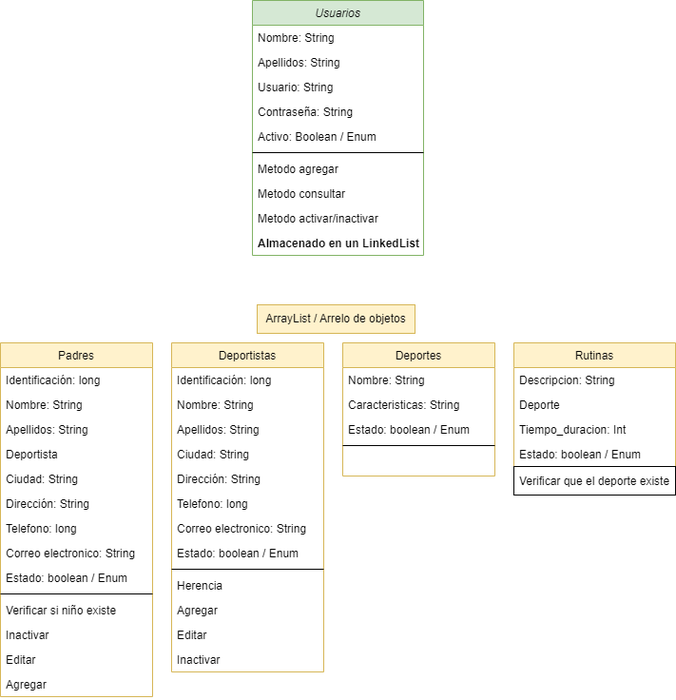
Before: Modules diagram.png, a diagram exported from draw.io (liangbinjie/CazaTalentos). Source tidied: cells renumbered, new cells last; positions are measured from the earlier drawing's top-left corner, leaving out a move shared by most shapes.
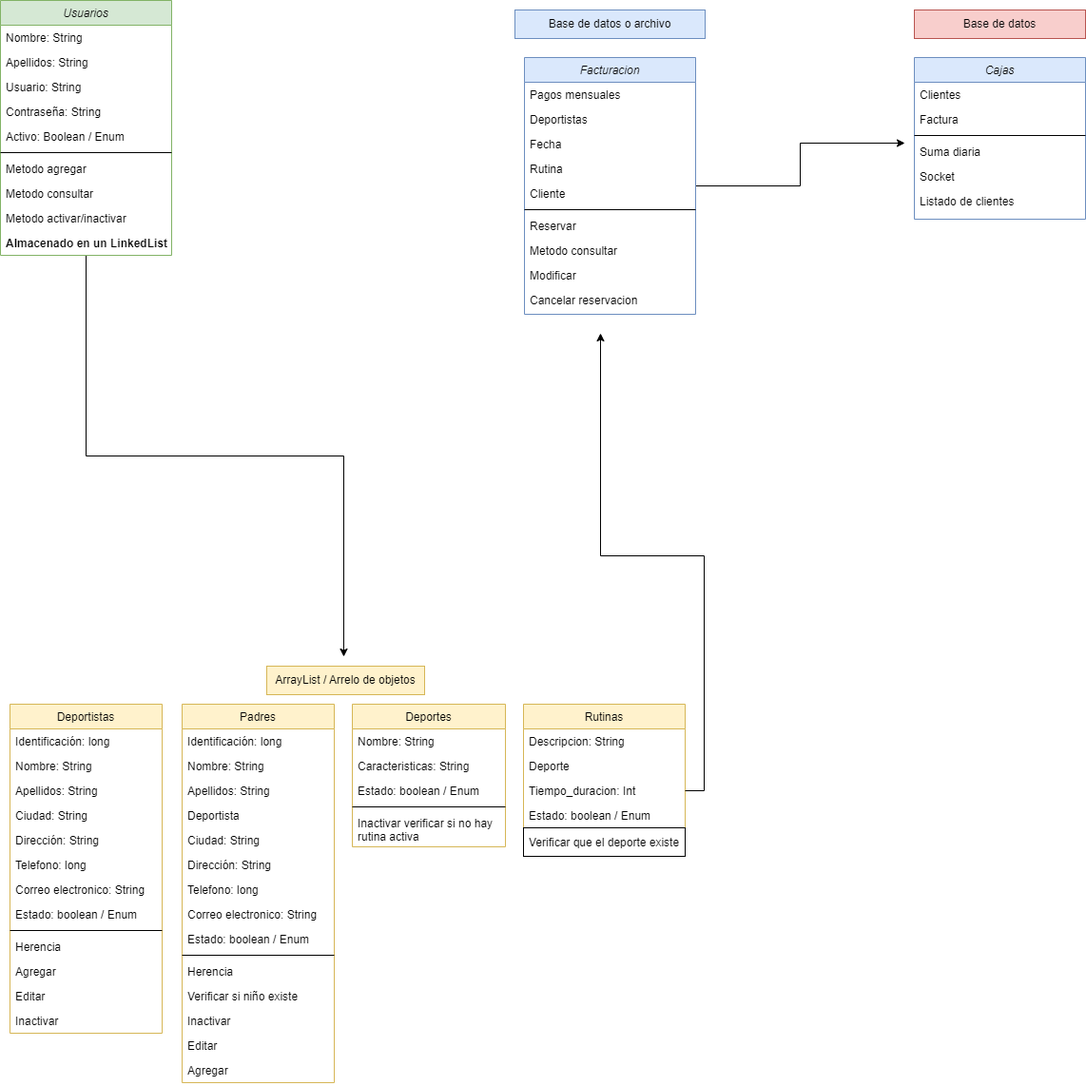
Above is the later version.

Change to the diagram source:
```diff
@@ -2,8 +2,13 @@
   <root>
     <mxCell id="0" />
     <mxCell id="1" parent="0" />
+    <mxCell id="54" style="edgeStyle=orthogonalEdgeStyle;rounded=0;jettySize=auto;html=1;exitX=0.5;exitY=1;exitDx=0;exitDy=0;" parent="1" edge="1" source="2">
+      <mxGeometry relative="1" as="geometry">
+        <mxPoint x="532" y="700" as="targetPoint" />
+      </mxGeometry>
+    </mxCell>
     <mxCell id="2" value="Usuarios" style="swimlane;fontStyle=2;align=center;verticalAlign=top;horizontal=1;startSize=26;rounded=0;shadow=0;strokeWidth=1;fillColor=#d5e8d4;strokeColor=#82b366;" parent="1" vertex="1">
-      <mxGeometry x="265" width="180" height="268" as="geometry" />
+      <mxGeometry x="171" y="10" width="180" height="268" as="geometry" />
     </mxCell>
     <mxCell id="3" value="Nombre: String" style="text;align=left;verticalAlign=top;spacingLeft=4;spacingRight=4;overflow=hidden;" parent="2" vertex="1">
       <mxGeometry y="26" width="180" height="26" as="geometry" />
@@ -36,7 +41,7 @@
       <mxGeometry y="242" width="180" height="26" as="geometry" />
     </mxCell>
     <mxCell id="13" value="Deportistas" style="swimlane;fontStyle=0;align=center;verticalAlign=top;horizontal=1;startSize=26;rounded=0;shadow=0;strokeWidth=1;fillColor=#fff2cc;strokeColor=#d6b656;" parent="1" vertex="1">
-      <mxGeometry x="180" y="360" width="160" height="346" as="geometry" />
+      <mxGeometry x="181" y="750" width="160" height="346" as="geometry" />
     </mxCell>
     <mxCell id="14" value="Identificación: long" style="text;align=left;verticalAlign=top;spacingLeft=4;spacingRight=4;overflow=hidden;" parent="13" vertex="1">
       <mxGeometry y="26" width="160" height="26" as="geometry" />
@@ -78,22 +83,25 @@
       <mxGeometry y="320" width="160" height="26" as="geometry" />
     </mxCell>
     <mxCell id="27" value="Deportes" style="swimlane;fontStyle=0;align=center;verticalAlign=top;horizontal=1;startSize=26;rounded=0;shadow=0;strokeWidth=1;fillColor=#fff2cc;strokeColor=#d6b656;" parent="1" vertex="1">
-      <mxGeometry x="360" y="360" width="160" height="140" as="geometry" />
+      <mxGeometry x="541" y="750" width="161" height="150" as="geometry" />
     </mxCell>
     <mxCell id="28" value="Nombre: String" style="text;align=left;verticalAlign=top;spacingLeft=4;spacingRight=4;overflow=hidden;" parent="27" vertex="1">
-      <mxGeometry y="26" width="160" height="26" as="geometry" />
+      <mxGeometry y="26" width="161" height="26" as="geometry" />
     </mxCell>
     <mxCell id="29" value="Caracteristicas: String" style="text;align=left;verticalAlign=top;spacingLeft=4;spacingRight=4;overflow=hidden;rounded=0;shadow=0;html=0;" parent="27" vertex="1">
-      <mxGeometry y="52" width="160" height="26" as="geometry" />
+      <mxGeometry y="52" width="161" height="26" as="geometry" />
     </mxCell>
     <mxCell id="30" value="Estado: boolean / Enum" style="text;align=left;verticalAlign=top;spacingLeft=4;spacingRight=4;overflow=hidden;rounded=0;shadow=0;html=0;" parent="27" vertex="1">
-      <mxGeometry y="78" width="160" height="26" as="geometry" />
+      <mxGeometry y="78" width="161" height="26" as="geometry" />
     </mxCell>
     <mxCell id="31" style="line;html=1;strokeWidth=1;align=left;verticalAlign=middle;spacingTop=-1;spacingLeft=3;spacingRight=3;labelPosition=right;" parent="27" vertex="1">
-      <mxGeometry y="104" width="160" height="8" as="geometry" />
+      <mxGeometry y="104" width="161" height="8" as="geometry" />
     </mxCell>
+    <mxCell id="55" value="Inactivar verificar si no hay&#10;rutina activa" style="text;align=left;verticalAlign=top;spacingLeft=4;spacingRight=4;overflow=hidden;" parent="27" vertex="1">
+      <mxGeometry y="112" width="161" height="38" as="geometry" />
+    </mxCell>
     <mxCell id="32" value="Padres" style="swimlane;fontStyle=0;align=center;verticalAlign=top;horizontal=1;startSize=26;rounded=0;shadow=0;strokeWidth=1;fillColor=#fff2cc;strokeColor=#d6b656;" parent="1" vertex="1">
-      <mxGeometry y="360" width="160" height="372" as="geometry" />
+      <mxGeometry x="362" y="750" width="160" height="398" as="geometry" />
     </mxCell>
     <mxCell id="33" value="Identificación: long" style="text;align=left;verticalAlign=top;spacingLeft=4;spacingRight=4;overflow=hidden;" parent="32" vertex="1">
       <mxGeometry y="26" width="160" height="26" as="geometry" />
@@ -125,20 +133,23 @@
     <mxCell id="42" style="line;html=1;strokeWidth=1;align=left;verticalAlign=middle;spacingTop=-1;spacingLeft=3;spacingRight=3;labelPosition=right;" parent="32" vertex="1">
       <mxGeometry y="260" width="160" height="8" as="geometry" />
     </mxCell>
+    <mxCell id="56" value="Herencia" style="text;align=left;verticalAlign=top;spacingLeft=4;spacingRight=4;overflow=hidden;" parent="32" vertex="1">
+      <mxGeometry y="268" width="160" height="26" as="geometry" />
+    </mxCell>
     <mxCell id="43" value="Verificar si niño existe" style="text;align=left;verticalAlign=top;spacingLeft=4;spacingRight=4;overflow=hidden;" parent="32" vertex="1">
-      <mxGeometry y="268" width="160" height="26" as="geometry" />
+      <mxGeometry y="294" width="160" height="26" as="geometry" />
     </mxCell>
     <mxCell id="44" value="Inactivar" style="text;align=left;verticalAlign=top;spacingLeft=4;spacingRight=4;overflow=hidden;" parent="32" vertex="1">
-      <mxGeometry y="294" width="160" height="26" as="geometry" />
+      <mxGeometry y="320" width="160" height="26" as="geometry" />
     </mxCell>
     <mxCell id="45" value="Editar" style="text;align=left;verticalAlign=top;spacingLeft=4;spacingRight=4;overflow=hidden;" parent="32" vertex="1">
-      <mxGeometry y="320" width="160" height="26" as="geometry" />
+      <mxGeometry y="346" width="160" height="26" as="geometry" />
     </mxCell>
     <mxCell id="46" value="Agregar" style="text;align=left;verticalAlign=top;spacingLeft=4;spacingRight=4;overflow=hidden;" parent="32" vertex="1">
-      <mxGeometry y="346" width="160" height="26" as="geometry" />
+      <mxGeometry y="372" width="160" height="26" as="geometry" />
     </mxCell>
     <mxCell id="47" value="Rutinas" style="swimlane;fontStyle=0;align=center;verticalAlign=top;horizontal=1;startSize=26;rounded=0;shadow=0;strokeWidth=1;fillColor=#fff2cc;strokeColor=#d6b656;" parent="1" vertex="1">
-      <mxGeometry x="540" y="360" width="170" height="160" as="geometry" />
+      <mxGeometry x="721" y="750" width="170" height="160" as="geometry" />
     </mxCell>
     <mxCell id="48" value="Descripcion: String" style="text;align=left;verticalAlign=top;spacingLeft=4;spacingRight=4;overflow=hidden;" parent="47" vertex="1">
       <mxGeometry y="26" width="170" height="26" as="geometry" />
@@ -156,7 +167,77 @@
       <mxGeometry y="130" width="170" height="30" as="geometry" />
     </mxCell>
     <mxCell id="53" value="ArrayList / Arrelo de objetos" style="text;html=1;strokeColor=#d6b656;fillColor=#fff2cc;align=center;verticalAlign=middle;whiteSpace=wrap;rounded=0;" parent="1" vertex="1">
-      <mxGeometry x="270" y="320" width="166" height="30" as="geometry" />
+      <mxGeometry x="451" y="710" width="166" height="30" as="geometry" />
     </mxCell>
+    <mxCell id="57" value="Base de datos o archivo" style="text;html=1;strokeColor=#6c8ebf;fillColor=#dae8fc;align=center;verticalAlign=middle;whiteSpace=wrap;rounded=0;" parent="1" vertex="1">
+      <mxGeometry x="712" y="20" width="200" height="30" as="geometry" />
+    </mxCell>
+    <mxCell id="58" style="edgeStyle=orthogonalEdgeStyle;rounded=0;jettySize=auto;html=1;exitX=1;exitY=0.5;exitDx=0;exitDy=0;" parent="1" edge="1" source="59">
+      <mxGeometry relative="1" as="geometry">
+        <mxPoint x="1122" y="160" as="targetPoint" />
+      </mxGeometry>
+    </mxCell>
+    <mxCell id="59" value="Facturacion" style="swimlane;fontStyle=2;align=center;verticalAlign=top;horizontal=1;startSize=26;rounded=0;shadow=0;strokeWidth=1;fillColor=#dae8fc;strokeColor=#6c8ebf;" parent="1" vertex="1">
+      <mxGeometry x="722" y="70" width="180" height="270" as="geometry" />
+    </mxCell>
+    <mxCell id="60" value="Pagos mensuales" style="text;align=left;verticalAlign=top;spacingLeft=4;spacingRight=4;overflow=hidden;" parent="59" vertex="1">
+      <mxGeometry y="26" width="180" height="26" as="geometry" />
+    </mxCell>
+    <mxCell id="61" value="Deportistas" style="text;align=left;verticalAlign=top;spacingLeft=4;spacingRight=4;overflow=hidden;rounded=0;shadow=0;html=0;" parent="59" vertex="1">
+      <mxGeometry y="52" width="180" height="26" as="geometry" />
+    </mxCell>
+    <mxCell id="62" value="Fecha" style="text;align=left;verticalAlign=top;spacingLeft=4;spacingRight=4;overflow=hidden;rounded=0;shadow=0;html=0;" parent="59" vertex="1">
+      <mxGeometry y="78" width="180" height="26" as="geometry" />
+    </mxCell>
+    <mxCell id="63" value="Rutina" style="text;align=left;verticalAlign=top;spacingLeft=4;spacingRight=4;overflow=hidden;rounded=0;shadow=0;html=0;" parent="59" vertex="1">
+      <mxGeometry y="104" width="180" height="26" as="geometry" />
+    </mxCell>
+    <mxCell id="64" value="Cliente" style="text;align=left;verticalAlign=top;spacingLeft=4;spacingRight=4;overflow=hidden;rounded=0;shadow=0;html=0;" parent="59" vertex="1">
+      <mxGeometry y="130" width="180" height="26" as="geometry" />
+    </mxCell>
+    <mxCell id="65" style="line;html=1;strokeWidth=1;align=left;verticalAlign=middle;spacingTop=-1;spacingLeft=3;spacingRight=3;labelPosition=right;" parent="59" vertex="1">
+      <mxGeometry y="156" width="180" height="8" as="geometry" />
+    </mxCell>
+    <mxCell id="66" value="Reservar" style="text;align=left;verticalAlign=top;spacingLeft=4;spacingRight=4;overflow=hidden;" parent="59" vertex="1">
+      <mxGeometry y="164" width="180" height="26" as="geometry" />
+    </mxCell>
+    <mxCell id="67" value="Metodo consultar" style="text;align=left;verticalAlign=top;spacingLeft=4;spacingRight=4;overflow=hidden;" parent="59" vertex="1">
+      <mxGeometry y="190" width="180" height="26" as="geometry" />
+    </mxCell>
+    <mxCell id="68" value="Modificar" style="text;align=left;verticalAlign=top;spacingLeft=4;spacingRight=4;overflow=hidden;" parent="59" vertex="1">
+      <mxGeometry y="216" width="180" height="26" as="geometry" />
+    </mxCell>
+    <mxCell id="69" value="Cancelar reservacion" style="text;align=left;verticalAlign=top;spacingLeft=4;spacingRight=4;overflow=hidden;" parent="59" vertex="1">
+      <mxGeometry y="242" width="180" height="26" as="geometry" />
+    </mxCell>
+    <mxCell id="70" style="edgeStyle=orthogonalEdgeStyle;rounded=0;jettySize=auto;html=1;exitX=1;exitY=0.5;exitDx=0;exitDy=0;" parent="1" edge="1" source="50">
+      <mxGeometry relative="1" as="geometry">
+        <mxPoint x="802" y="360" as="targetPoint" />
+      </mxGeometry>
+    </mxCell>
+    <mxCell id="71" value="Base de datos" style="text;html=1;strokeColor=#b85450;fillColor=#f8cecc;align=center;verticalAlign=middle;whiteSpace=wrap;rounded=0;" parent="1" vertex="1">
+      <mxGeometry x="1132" y="20" width="180" height="30" as="geometry" />
+    </mxCell>
+    <mxCell id="72" value="Cajas" style="swimlane;fontStyle=2;align=center;verticalAlign=top;horizontal=1;startSize=26;rounded=0;shadow=0;strokeWidth=1;fillColor=#dae8fc;strokeColor=#6c8ebf;" parent="1" vertex="1">
+      <mxGeometry x="1132" y="70" width="180" height="170" as="geometry" />
+    </mxCell>
+    <mxCell id="73" value="Clientes" style="text;align=left;verticalAlign=top;spacingLeft=4;spacingRight=4;overflow=hidden;" parent="72" vertex="1">
+      <mxGeometry y="26" width="180" height="26" as="geometry" />
+    </mxCell>
+    <mxCell id="74" value="Factura" style="text;align=left;verticalAlign=top;spacingLeft=4;spacingRight=4;overflow=hidden;rounded=0;shadow=0;html=0;" parent="72" vertex="1">
+      <mxGeometry y="52" width="180" height="26" as="geometry" />
+    </mxCell>
+    <mxCell id="75" style="line;html=1;strokeWidth=1;align=left;verticalAlign=middle;spacingTop=-1;spacingLeft=3;spacingRight=3;labelPosition=right;" parent="72" vertex="1">
+      <mxGeometry y="78" width="180" height="8" as="geometry" />
+    </mxCell>
+    <mxCell id="76" value="Suma diaria" style="text;align=left;verticalAlign=top;spacingLeft=4;spacingRight=4;overflow=hidden;" parent="72" vertex="1">
+      <mxGeometry y="86" width="180" height="26" as="geometry" />
+    </mxCell>
+    <mxCell id="77" value="Socket" style="text;align=left;verticalAlign=top;spacingLeft=4;spacingRight=4;overflow=hidden;" parent="72" vertex="1">
+      <mxGeometry y="112" width="180" height="26" as="geometry" />
+    </mxCell>
+    <mxCell id="78" value="Listado de clientes" style="text;align=left;verticalAlign=top;spacingLeft=4;spacingRight=4;overflow=hidden;" parent="72" vertex="1">
+      <mxGeometry y="138" width="180" height="26" as="geometry" />
+    </mxCell>
   </root>
 </mxGraphModel>
```
